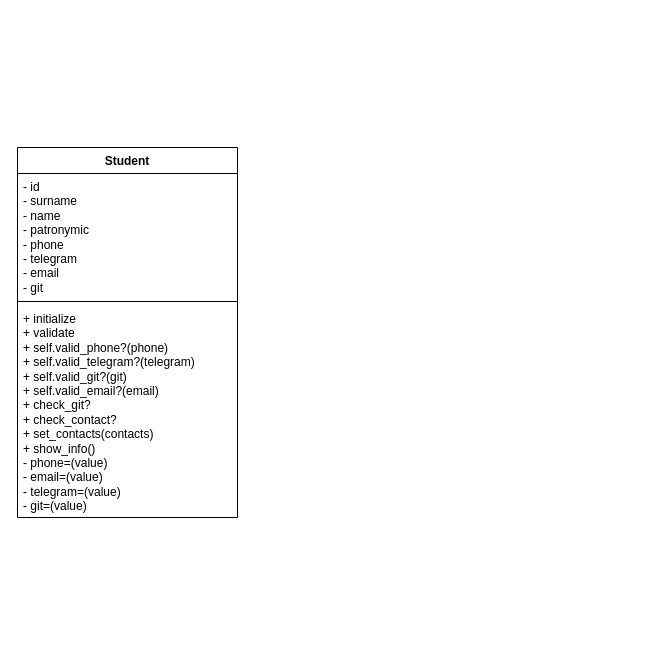
Earlier version of the draw.io diagram Student Authorization System/Student_Diagr.drawio (asyanix/designPatterns). Source tidied: cells renumbered, new cells numbered last; positions are measured from the earlier drawing's top-left corner, leaving out a move shared by most shapes. Both pictures are drawn from the tidied source at 100%, with x=0, y=0 at pixel (17, 147).
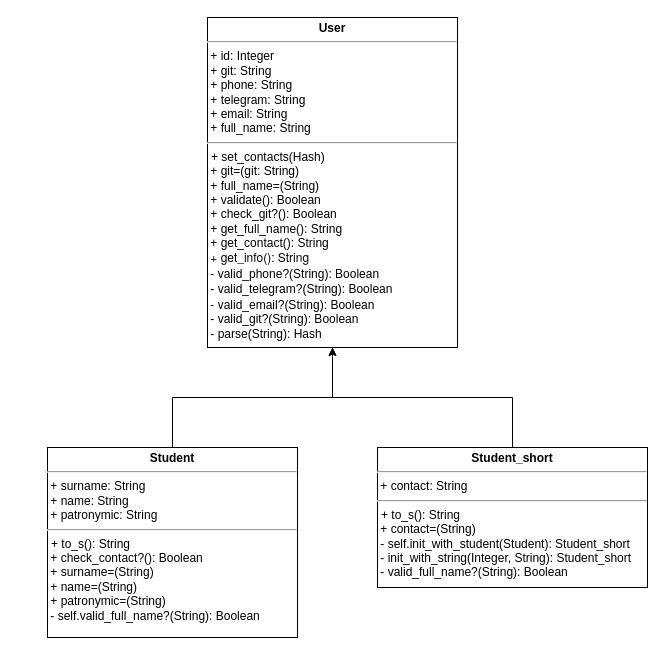
Above is the later version.

Commit message (it also covers changes not shown here):
LR2T2.6: Add student diagram

What changed in the source:
```diff
@@
 <mxGraphModel>
   <root>
     <mxCell id="0" />
     <mxCell id="1" parent="0" />
-    <mxCell id="2" value="Student" style="swimlane;fontStyle=1;align=center;verticalAlign=top;horizontal=1;startSize=26;whiteSpace=wrap;html=1;" parent="1" vertex="1">
-      <mxGeometry width="220" height="370" as="geometry" />
-    </mxCell>
-    <mxCell id="3" value="- id&lt;br&gt;- surname&lt;div&gt;- name&amp;nbsp;&lt;/div&gt;&lt;div&gt;-&amp;nbsp;patronymic&lt;/div&gt;&lt;div&gt;- phone&lt;/div&gt;&lt;div&gt;- telegram&lt;/div&gt;&lt;div&gt;- email&lt;/div&gt;&lt;div&gt;- git&lt;/div&gt;&lt;div&gt;&lt;br&gt;&lt;/div&gt;" style="text;strokeColor=none;fillColor=none;align=left;verticalAlign=top;spacingLeft=4;spacingRight=4;overflow=hidden;whiteSpace=wrap;html=1;" parent="2" vertex="1">
-      <mxGeometry y="26" width="220" height="124" as="geometry" />
-    </mxCell>
-    <mxCell id="4" style="line;strokeWidth=1;fillColor=none;align=left;verticalAlign=middle;spacingTop=-1;spacingLeft=3;spacingRight=3;labelPosition=right;strokeColor=inherit;" parent="2" vertex="1">
-      <mxGeometry y="150" width="220" height="8" as="geometry" />
-    </mxCell>
-    <mxCell id="5" value="+ initialize&#10;+ validate&#10;+ self.valid_phone?(phone)&#10;+ self.valid_telegram?(telegram)&#10;+ self.valid_git?(git)&#10;+ self.valid_email?(email)&#10;+ check_git?&#10;+ check_contact?&#10;+ set_contacts(contacts)&#10;+ show_info()&#10;- phone=(value)&#10;- email=(value)&#10;- telegram=(value)&#10;- git=(value)&#10;&#10;&#10;" style="text;strokeColor=none;fillColor=none;align=left;verticalAlign=top;spacingLeft=4;spacingRight=4;overflow=hidden;whiteSpace=wrap;html=1;" parent="2" vertex="1">
-      <mxGeometry y="158" width="220" height="212" as="geometry" />
-    </mxCell>
+    <mxCell id="6" value="&lt;p style=&quot;margin: 4px 0px 0px; text-align: center;&quot;&gt;&lt;b style=&quot;&quot;&gt;&lt;font style=&quot;font-size: 12px;&quot;&gt;User&lt;/font&gt;&lt;/b&gt;&lt;/p&gt;&lt;hr style=&quot;&quot;&gt;&lt;div style=&quot;border-color: var(--border-color);&quot;&gt;&lt;font style=&quot;border-color: var(--border-color); font-size: 12px;&quot; face=&quot;Helvetica&quot;&gt;&amp;nbsp;+ id: Integer&lt;/font&gt;&lt;/div&gt;&lt;div style=&quot;border-color: var(--border-color);&quot;&gt;&lt;font style=&quot;font-size: 12px;&quot;&gt;&amp;nbsp;+ git: String&lt;/font&gt;&lt;/div&gt;&lt;div style=&quot;border-color: var(--border-color);&quot;&gt;&lt;font style=&quot;font-size: 12px;&quot;&gt;&amp;nbsp;+ phone: String&lt;/font&gt;&lt;/div&gt;&lt;div style=&quot;border-color: var(--border-color);&quot;&gt;&lt;font style=&quot;font-size: 12px;&quot;&gt;&amp;nbsp;+ telegram: String&lt;/font&gt;&lt;/div&gt;&lt;div style=&quot;border-color: var(--border-color);&quot;&gt;&lt;font style=&quot;font-size: 12px;&quot;&gt;&amp;nbsp;+ email: String&lt;/font&gt;&lt;/div&gt;&lt;div style=&quot;border-color: var(--border-color);&quot;&gt;&lt;font style=&quot;font-size: 12px;&quot;&gt;&amp;nbsp;+ full_name: String&lt;/font&gt;&lt;/div&gt;&lt;hr style=&quot;&quot;&gt;&lt;p style=&quot;margin: 0px 0px 0px 4px;&quot;&gt;&lt;font style=&quot;font-size: 12px;&quot;&gt;+ set_contacts(Hash)&amp;nbsp;&lt;/font&gt;&lt;/p&gt;&lt;font style=&quot;font-size: 12px;&quot;&gt;&amp;nbsp;+ git=(git: String)&lt;br style=&quot;&quot;&gt;&amp;nbsp;+ full_name=(String)&lt;br style=&quot;&quot;&gt;&amp;nbsp;+&amp;nbsp;validate(): Boolean&lt;br style=&quot;&quot;&gt;&amp;nbsp;+&amp;nbsp;check_git?(): Boolean&lt;br style=&quot;&quot;&gt;&amp;nbsp;+&amp;nbsp;get_full_name(): String&lt;br style=&quot;&quot;&gt;&amp;nbsp;+&amp;nbsp;get_contact(): String&lt;br style=&quot;&quot;&gt;&lt;span style=&quot;font-family: &amp;quot;Helvetica Neue&amp;quot;; background-color: initial;&quot; class=&quot;Apple-converted-space&quot;&gt;&amp;nbsp;+ get_info(): String&lt;span style=&quot;background-color: initial;&quot; class=&quot;Apple-converted-space&quot;&gt;&amp;nbsp;&lt;/span&gt;&lt;span style=&quot;background-color: initial;&quot;&gt;&amp;nbsp;&lt;br&gt;&lt;/span&gt;&amp;nbsp;-&amp;nbsp;&lt;/span&gt;valid_phone?(String): Boolean&lt;br&gt;&amp;nbsp;-&amp;nbsp;valid_telegram?(String): Boolean&lt;span style=&quot;font-family: &amp;quot;Helvetica Neue&amp;quot;; background-color: initial;&quot; class=&quot;Apple-converted-space&quot;&gt;&amp;nbsp;&lt;br&gt;&amp;nbsp;- v&lt;/span&gt;alid_email?(String): Boolean&lt;br&gt;&amp;nbsp;-&amp;nbsp;valid_git?(String): Boolean&lt;br&gt;&amp;nbsp;- parse(String): Hash&amp;nbsp;&lt;span style=&quot;font-family: &amp;quot;Helvetica Neue&amp;quot;; background-color: initial;&quot;&gt;&lt;/span&gt;&lt;br&gt;&lt;br&gt;&lt;span style=&quot;font-family: &amp;quot;Helvetica Neue&amp;quot;; background-color: initial;&quot; class=&quot;Apple-converted-space&quot;&gt;&amp;nbsp;&lt;/span&gt;&lt;/font&gt;" style="verticalAlign=top;align=left;overflow=fill;fontSize=12;fontFamily=Helvetica;html=1;whiteSpace=wrap;spacingLeft=1;spacing=0;spacingTop=0;" parent="1" vertex="1">
+      <mxGeometry x="190" y="-130" width="250" height="330" as="geometry" />
+    </mxCell>
+    <mxCell id="7" style="edgeStyle=orthogonalEdgeStyle;rounded=0;jettySize=auto;html=1;entryX=0.5;entryY=1;entryDx=0;entryDy=0;" parent="1" edge="1" source="8" target="6">
+      <mxGeometry relative="1" as="geometry" />
+    </mxCell>
+    <mxCell id="8" value="&lt;p style=&quot;margin: 4px 0px 0px; text-align: center; font-size: 12px;&quot;&gt;&lt;b style=&quot;font-size: 12px;&quot;&gt;&lt;font style=&quot;font-size: 12px;&quot;&gt;Student&lt;/font&gt;&lt;/b&gt;&lt;/p&gt;&lt;hr style=&quot;font-size: 12px;&quot;&gt;&lt;div style=&quot;border-color: var(--border-color); font-size: 12px;&quot;&gt;&lt;font style=&quot;border-color: var(--border-color); font-size: 12px;&quot;&gt;&amp;nbsp;+ surname: String&lt;br style=&quot;font-size: 12px;&quot;&gt;&lt;/font&gt;&lt;/div&gt;&lt;div style=&quot;border-color: var(--border-color); font-size: 12px;&quot;&gt;&lt;font style=&quot;border-color: var(--border-color); font-size: 12px;&quot;&gt;&amp;nbsp;+ name: String&lt;/font&gt;&lt;/div&gt;&lt;div style=&quot;border-color: var(--border-color); font-size: 12px;&quot;&gt;&lt;font style=&quot;border-color: var(--border-color); font-size: 12px;&quot;&gt;&amp;nbsp;+ patronymic: String&lt;/font&gt;&lt;/div&gt;&lt;hr style=&quot;font-size: 12px;&quot;&gt;&lt;p style=&quot;margin: 0px 0px 0px 4px; font-size: 12px;&quot;&gt;&lt;font style=&quot;font-size: 12px;&quot;&gt;+ t&lt;/font&gt;o_s(): String&lt;span style=&quot;font-size: 12px; background-color: initial;&quot; class=&quot;Apple-converted-space&quot;&gt;&amp;nbsp;&lt;/span&gt;&lt;/p&gt;&lt;font style=&quot;font-size: 12px;&quot;&gt;&amp;nbsp;+&amp;nbsp;check_contact?(): Boolean&lt;br style=&quot;font-size: 12px;&quot;&gt;&amp;nbsp;+ surname=(String)&lt;br style=&quot;font-size: 12px;&quot;&gt;&amp;nbsp;+&amp;nbsp;name=(String)&lt;br style=&quot;font-size: 12px;&quot;&gt;&amp;nbsp;+ patronymic=(String)&lt;span style=&quot;background-color: initial; font-size: 12px;&quot; class=&quot;Apple-converted-space&quot;&gt;&lt;span style=&quot;background-color: initial; font-size: 12px;&quot;&gt;&lt;br style=&quot;font-size: 12px;&quot;&gt;&lt;/span&gt;&amp;nbsp;-&amp;nbsp;self.valid_full_name?(String): Boolean&lt;span style=&quot;font-size: 12px; background-color: initial;&quot; class=&quot;Apple-converted-space&quot;&gt;&amp;nbsp;&lt;/span&gt;&lt;/span&gt;&lt;br style=&quot;font-size: 12px;&quot;&gt;&lt;br style=&quot;font-size: 12px;&quot;&gt;&lt;span style=&quot;background-color: initial; font-size: 12px;&quot; class=&quot;Apple-converted-space&quot;&gt;&amp;nbsp;&lt;/span&gt;&lt;/font&gt;" style="verticalAlign=top;align=left;overflow=fill;fontSize=12;fontFamily=Helvetica;html=1;whiteSpace=wrap;spacingLeft=1;spacing=0;spacingTop=0;" parent="1" vertex="1">
+      <mxGeometry x="30" y="300" width="250" height="190" as="geometry" />
+    </mxCell>
+    <mxCell id="9" style="edgeStyle=orthogonalEdgeStyle;rounded=0;jettySize=auto;html=1;entryX=0.5;entryY=1;entryDx=0;entryDy=0;" parent="1" edge="1" source="10" target="6">
+      <mxGeometry relative="1" as="geometry" />
+    </mxCell>
+    <mxCell id="10" value="&lt;p style=&quot;margin: 4px 0px 0px; text-align: center;&quot;&gt;&lt;b style=&quot;&quot;&gt;&lt;font face=&quot;Helvetica&quot; style=&quot;font-size: 12px;&quot;&gt;Student_short&lt;/font&gt;&lt;/b&gt;&lt;/p&gt;&lt;hr style=&quot;&quot;&gt;&lt;div style=&quot;border-color: var(--border-color);&quot;&gt;&lt;font style=&quot;font-size: 12px;&quot;&gt;&lt;span style=&quot;background-color: initial;&quot;&gt;&lt;font face=&quot;Lt6sbaxPKtE7krCIfs0r&quot;&gt;&amp;nbsp;&lt;/font&gt;+&amp;nbsp;contact&lt;/span&gt;&lt;span style=&quot;background-color: initial;&quot;&gt;: String&lt;/span&gt;&lt;/font&gt;&lt;/div&gt;&lt;hr style=&quot;&quot;&gt;&lt;p style=&quot;margin: 0px 0px 0px 4px;&quot;&gt;&lt;font style=&quot;font-size: 12px;&quot;&gt;&lt;font style=&quot;font-size: 12px;&quot;&gt;+&amp;nbsp;&lt;/font&gt;to_s(): String&lt;span style=&quot;background-color: initial;&quot; class=&quot;Apple-converted-space&quot;&gt;&amp;nbsp;&lt;/span&gt;&lt;/font&gt;&lt;/p&gt;&lt;font style=&quot;font-size: 12px;&quot;&gt;&amp;nbsp;+&amp;nbsp;contact=(String)&lt;span style=&quot;background-color: initial;&quot; class=&quot;Apple-converted-space&quot;&gt;&lt;span style=&quot;background-color: initial;&quot;&gt;&lt;br&gt;&lt;/span&gt;&amp;nbsp;-&amp;nbsp;&lt;/span&gt;self.init_with_student(Student): Student_short&lt;br&gt;&amp;nbsp;-&amp;nbsp;init_with_string(Integer, String): Student_short&lt;br&gt;&lt;span style=&quot;background-color: initial;&quot; class=&quot;Apple-converted-space&quot;&gt;&amp;nbsp;- valid_full_name?(String): Boolean&lt;/span&gt;&lt;br&gt;&lt;br&gt;&lt;span style=&quot;font-family: Lt6sbaxPKtE7krCIfs0r; background-color: initial;&quot; class=&quot;Apple-converted-space&quot;&gt;&amp;nbsp;&lt;/span&gt;&lt;/font&gt;" style="verticalAlign=top;align=left;overflow=fill;fontSize=12;fontFamily=Helvetica;html=1;whiteSpace=wrap;spacingLeft=1;spacing=0;spacingTop=0;" parent="1" vertex="1">
+      <mxGeometry x="360" y="300" width="270" height="140" as="geometry" />
+    </mxCell>
   </root>
 </mxGraphModel>
```
